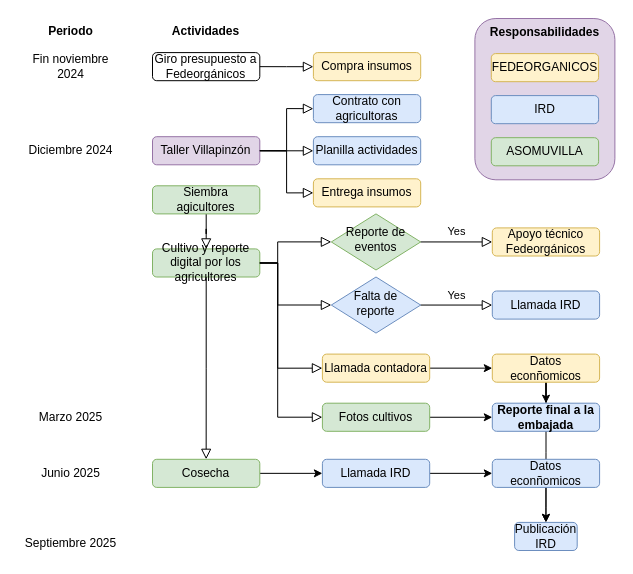
agroecomakers/Diagrammes-miCampo keeps this draw.io diagram as actividadesrutaOrganica.drawio. Above is the earlier version. Source tidied: cells renumbered, new cells numbered last; positions are measured from the earlier drawing's top-left corner, leaving out a move shared by most shapes. Both pictures are drawn from the tidied source at 100%, with x=0, y=0 at pixel (17, 17).
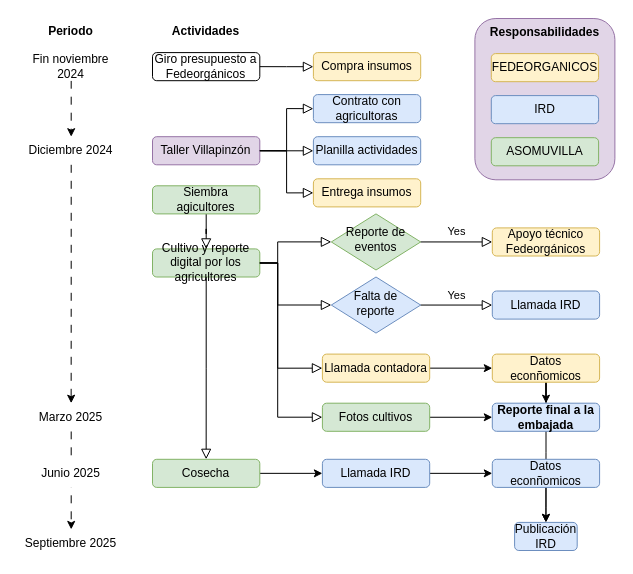
The same page after the edit.

Commit message:
Mettre à jour actividadesrutaOrganica.drawio

The change refers to these unchanged cells:
```xml
<mxCell id="2" style="group;" parent="1" vertex="1">
  <mxGeometry width="598.4" height="540" as="geometry" />
</mxCell>
<mxCell id="48" value="&lt;div&gt;Diciembre 2024&lt;/div&gt;" style="rounded=1;whiteSpace=wrap;html=1;fontSize=12;glass=0;strokeWidth=1;shadow=0;strokeColor=none;" parent="2" vertex="1">
  <mxGeometry y="119.2" width="107.3" height="28.1" as="geometry" />
</mxCell>
<mxCell id="49" value="&lt;div&gt;Fin noviembre 2024&lt;/div&gt;" style="rounded=1;whiteSpace=wrap;html=1;fontSize=12;glass=0;strokeWidth=1;shadow=0;strokeColor=none;" parent="2" vertex="1">
  <mxGeometry y="35.1" width="107.3" height="28.1" as="geometry" />
</mxCell>
<mxCell id="50" value="Marzo 2025" style="rounded=1;whiteSpace=wrap;html=1;fontSize=12;glass=0;strokeWidth=1;shadow=0;strokeColor=none;" parent="2" vertex="1">
  <mxGeometry y="385.7" width="107.3" height="28.1" as="geometry" />
</mxCell>
<mxCell id="52" value="Septiembre 2025" style="rounded=1;whiteSpace=wrap;html=1;fontSize=12;glass=0;strokeWidth=1;shadow=0;strokeColor=none;" parent="2" vertex="1">
  <mxGeometry y="511.9" width="107.3" height="28.1" as="geometry" />
</mxCell>
```

Change to the diagram source:
```diff
@@
+    <mxCell id="54" style="edgeStyle=orthogonalEdgeStyle;rounded=0;jettySize=auto;html=1;dashed=1;dashPattern=8 8;" parent="2" edge="1" source="49" target="48">
+      <mxGeometry relative="1" as="geometry" />
+    </mxCell>
@@
+    <mxCell id="55" style="edgeStyle=orthogonalEdgeStyle;rounded=0;jettySize=auto;html=1;dashed=1;dashPattern=8 8;" parent="2" edge="1" source="50" target="52">
+      <mxGeometry relative="1" as="geometry" />
+    </mxCell>
@@
+    <mxCell id="56" style="edgeStyle=orthogonalEdgeStyle;rounded=0;jettySize=auto;html=1;entryX=0.5;entryY=0;entryDx=0;entryDy=0;dashed=1;dashPattern=8 8;" parent="2" edge="1" source="48" target="50">
+      <mxGeometry relative="1" as="geometry" />
+    </mxCell>
```
